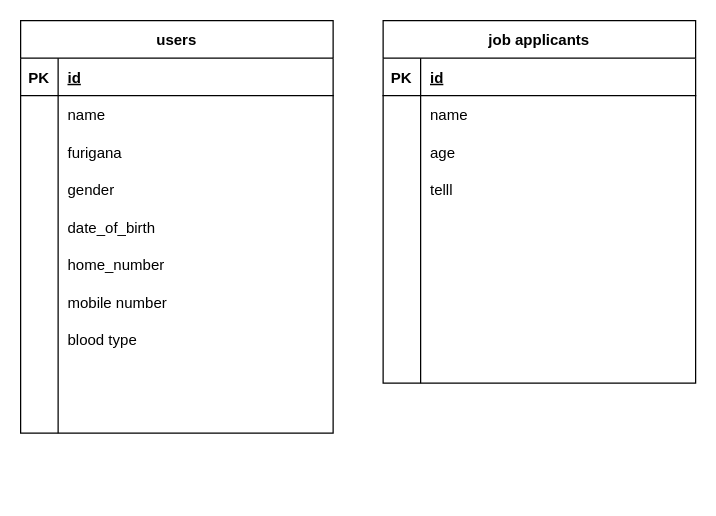
Above: 名称未設定ファイル.drawio in mmkkmmmk/name (draw.io), before the change. Source tidied: cells renumbered, new cells numbered last; positions are measured from the earlier drawing's top-left corner, leaving out a move shared by most shapes. Both pictures are drawn from the tidied source at 125%, with x=0, y=0 at pixel (20, 20).
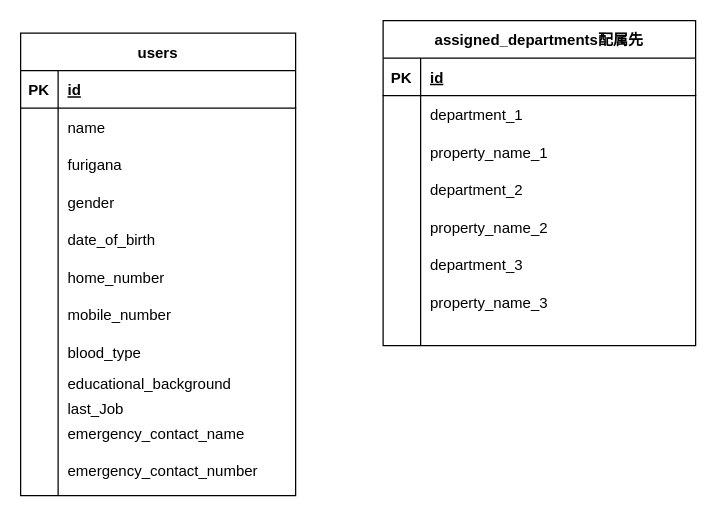
The same diagram, later.

Commit message:
名称未設定ファイル.drawio を更新します

Change to the diagram source:
```diff
@@
     <mxCell id="2" value="users" style="shape=table;startSize=30;childLayout=tableLayout;rowLines=0;fontStyle=1;align=center;" parent="1" vertex="1">
-      <mxGeometry width="250" height="330" as="geometry" />
+      <mxGeometry y="10" width="220" height="370" as="geometry" />
     </mxCell>
     <mxCell id="3" style="shape=partialRectangle;fillColor=none;top=0;left=0;right=0;bottom=1;" parent="2" vertex="1">
-      <mxGeometry y="30" width="250" height="30" as="geometry" />
+      <mxGeometry y="30" width="220" height="30" as="geometry" />
     </mxCell>
@@
     <mxCell id="5" value="id" style="shape=partialRectangle;overflow=hidden;fillColor=none;top=0;left=0;bottom=0;right=0;align=left;spacingLeft=6;fontStyle=5;" parent="3" vertex="1">
-      <mxGeometry x="30" width="220" height="30" as="geometry" />
+      <mxGeometry x="30" width="190" height="30" as="geometry" />
     </mxCell>
     <mxCell id="6" style="shape=partialRectangle;fillColor=none;top=0;left=0;right=0;bottom=0;" parent="2" vertex="1">
-      <mxGeometry y="60" width="250" height="30" as="geometry" />
+      <mxGeometry y="60" width="220" height="30" as="geometry" />
     </mxCell>
@@
     <mxCell id="8" value="name" style="shape=partialRectangle;overflow=hidden;fillColor=none;top=0;left=0;bottom=0;right=0;align=left;spacingLeft=6;" parent="6" vertex="1">
-      <mxGeometry x="30" width="220" height="30" as="geometry" />
+      <mxGeometry x="30" width="190" height="30" as="geometry" />
     </mxCell>
     <mxCell id="9" style="shape=partialRectangle;fillColor=none;top=0;left=0;right=0;bottom=0;" parent="2" vertex="1">
-      <mxGeometry y="90" width="250" height="30" as="geometry" />
+      <mxGeometry y="90" width="220" height="30" as="geometry" />
     </mxCell>
@@
     <mxCell id="11" value="furigana" style="shape=partialRectangle;overflow=hidden;fillColor=none;top=0;left=0;bottom=0;right=0;align=left;spacingLeft=6;" parent="9" vertex="1">
-      <mxGeometry x="30" width="220" height="30" as="geometry" />
+      <mxGeometry x="30" width="190" height="30" as="geometry" />
     </mxCell>
     <mxCell id="12" style="shape=partialRectangle;fillColor=none;top=0;left=0;right=0;bottom=0;" parent="2" vertex="1">
-      <mxGeometry y="120" width="250" height="30" as="geometry" />
+      <mxGeometry y="120" width="220" height="30" as="geometry" />
     </mxCell>
@@
     <mxCell id="14" value="gender" style="shape=partialRectangle;overflow=hidden;fillColor=none;top=0;left=0;bottom=0;right=0;align=left;spacingLeft=6;" parent="12" vertex="1">
-      <mxGeometry x="30" width="220" height="30" as="geometry" />
+      <mxGeometry x="30" width="190" height="30" as="geometry" />
     </mxCell>
     <mxCell id="15" style="shape=partialRectangle;fillColor=none;top=0;left=0;right=0;bottom=0;" parent="2" vertex="1">
-      <mxGeometry y="150" width="250" height="30" as="geometry" />
+      <mxGeometry y="150" width="220" height="30" as="geometry" />
     </mxCell>
@@
     <mxCell id="17" value="date_of_birth" style="shape=partialRectangle;overflow=hidden;fillColor=none;top=0;left=0;bottom=0;right=0;align=left;spacingLeft=6;" parent="15" vertex="1">
-      <mxGeometry x="30" width="220" height="30" as="geometry" />
+      <mxGeometry x="30" width="190" height="30" as="geometry" />
     </mxCell>
     <mxCell id="18" style="shape=partialRectangle;fillColor=none;top=0;left=0;right=0;bottom=0;" parent="2" vertex="1">
-      <mxGeometry y="180" width="250" height="30" as="geometry" />
+      <mxGeometry y="180" width="220" height="30" as="geometry" />
     </mxCell>
@@
     <mxCell id="20" value="home_number" style="shape=partialRectangle;overflow=hidden;fillColor=none;top=0;left=0;bottom=0;right=0;align=left;spacingLeft=6;" parent="18" vertex="1">
-      <mxGeometry x="30" width="220" height="30" as="geometry" />
+      <mxGeometry x="30" width="190" height="30" as="geometry" />
     </mxCell>
     <mxCell id="21" style="shape=partialRectangle;fillColor=none;top=0;left=0;right=0;bottom=0;" parent="2" vertex="1">
-      <mxGeometry y="210" width="250" height="30" as="geometry" />
+      <mxGeometry y="210" width="220" height="30" as="geometry" />
     </mxCell>
@@
-    <mxCell id="23" value="mobile number" style="shape=partialRectangle;overflow=hidden;fillColor=none;top=0;left=0;bottom=0;right=0;align=left;spacingLeft=6;" parent="21" vertex="1">
-      <mxGeometry x="30" width="220" height="30" as="geometry" />
+    <mxCell id="23" value="mobile_number" style="shape=partialRectangle;overflow=hidden;fillColor=none;top=0;left=0;bottom=0;right=0;align=left;spacingLeft=6;" parent="21" vertex="1">
+      <mxGeometry x="30" width="190" height="30" as="geometry" />
     </mxCell>
     <mxCell id="24" style="shape=partialRectangle;fillColor=none;top=0;left=0;right=0;bottom=0;" parent="2" vertex="1">
-      <mxGeometry y="240" width="250" height="30" as="geometry" />
+      <mxGeometry y="240" width="220" height="30" as="geometry" />
     </mxCell>
@@
-    <mxCell id="26" value="blood type" style="shape=partialRectangle;overflow=hidden;fillColor=none;top=0;left=0;bottom=0;right=0;align=left;spacingLeft=6;" parent="24" vertex="1">
-      <mxGeometry x="30" width="220" height="30" as="geometry" />
+    <mxCell id="26" value="blood_type" style="shape=partialRectangle;overflow=hidden;fillColor=none;top=0;left=0;bottom=0;right=0;align=left;spacingLeft=6;" parent="24" vertex="1">
+      <mxGeometry x="30" width="190" height="30" as="geometry" />
     </mxCell>
     <mxCell id="27" style="shape=partialRectangle;fillColor=none;top=0;left=0;right=0;bottom=0;" parent="2" vertex="1">
-      <mxGeometry y="270" width="250" height="20" as="geometry" />
+      <mxGeometry y="270" width="220" height="20" as="geometry" />
     </mxCell>
@@
-    <mxCell id="29" style="shape=partialRectangle;overflow=hidden;fillColor=none;top=0;left=0;bottom=0;right=0;align=left;spacingLeft=6;" parent="27" vertex="1">
-      <mxGeometry x="30" width="220" height="20" as="geometry" />
+    <mxCell id="29" value="educational_background" style="shape=partialRectangle;overflow=hidden;fillColor=none;top=0;left=0;bottom=0;right=0;align=left;spacingLeft=6;" parent="27" vertex="1">
+      <mxGeometry x="30" width="190" height="20" as="geometry" />
     </mxCell>
     <mxCell id="30" style="shape=partialRectangle;fillColor=none;top=0;left=0;right=0;bottom=0;" parent="2" vertex="1">
-      <mxGeometry y="290" width="250" height="20" as="geometry" />
+      <mxGeometry y="290" width="220" height="20" as="geometry" />
     </mxCell>
@@
-    <mxCell id="32" style="shape=partialRectangle;overflow=hidden;fillColor=none;top=0;left=0;bottom=0;right=0;align=left;spacingLeft=6;" parent="30" vertex="1">
-      <mxGeometry x="30" width="220" height="20" as="geometry" />
+    <mxCell id="32" value="last_Job" style="shape=partialRectangle;overflow=hidden;fillColor=none;top=0;left=0;bottom=0;right=0;align=left;spacingLeft=6;" parent="30" vertex="1">
+      <mxGeometry x="30" width="190" height="20" as="geometry" />
     </mxCell>
     <mxCell id="33" style="shape=partialRectangle;fillColor=none;top=0;left=0;right=0;bottom=0;" parent="2" vertex="1">
-      <mxGeometry y="310" width="250" height="20" as="geometry" />
+      <mxGeometry y="310" width="220" height="20" as="geometry" />
     </mxCell>
@@
-    <mxCell id="35" style="shape=partialRectangle;overflow=hidden;fillColor=none;top=0;left=0;bottom=0;right=0;align=left;spacingLeft=6;" parent="33" vertex="1">
-      <mxGeometry x="30" width="220" height="20" as="geometry" />
+    <mxCell id="35" value="emergency_contact_name" style="shape=partialRectangle;overflow=hidden;fillColor=none;top=0;left=0;bottom=0;right=0;align=left;spacingLeft=6;" parent="33" vertex="1">
+      <mxGeometry x="30" width="190" height="20" as="geometry" />
     </mxCell>
+    <mxCell id="64" style="shape=partialRectangle;fillColor=none;top=0;left=0;right=0;bottom=0;" parent="2" vertex="1">
+      <mxGeometry y="330" width="220" height="40" as="geometry" />
+    </mxCell>
+    <mxCell id="65" style="shape=partialRectangle;overflow=hidden;fillColor=none;top=0;left=0;bottom=0;right=0;" parent="64" vertex="1">
+      <mxGeometry width="30" height="40" as="geometry" />
+    </mxCell>
+    <mxCell id="66" value="emergency_contact_number" style="shape=partialRectangle;overflow=hidden;fillColor=none;top=0;left=0;bottom=0;right=0;align=left;spacingLeft=6;" parent="64" vertex="1">
+      <mxGeometry x="30" width="190" height="40" as="geometry" />
+    </mxCell>
-    <mxCell id="36" value="job applicants" style="shape=table;startSize=30;childLayout=tableLayout;rowLines=0;fontStyle=1;align=center;" parent="1" vertex="1">
-      <mxGeometry x="290" width="250" height="290" as="geometry" />
+    <mxCell id="36" value="assigned_departments配属先" style="shape=table;startSize=30;childLayout=tableLayout;rowLines=0;fontStyle=1;align=center;" parent="1" vertex="1">
+      <mxGeometry x="290" width="250" height="260" as="geometry" />
     </mxCell>
@@
-    <mxCell id="40" style="shape=partialRectangle;fillColor=none;top=0;left=0;right=0;bottom=0;" parent="36" vertex="1">
-      <mxGeometry y="60" width="250" height="30" as="geometry" />
-    </mxCell>
-    <mxCell id="41" style="shape=partialRectangle;overflow=hidden;fillColor=none;top=0;left=0;bottom=0;right=0;" parent="40" vertex="1">
-      <mxGeometry width="30" height="30" as="geometry" />
-    </mxCell>
-    <mxCell id="42" value="name" style="shape=partialRectangle;overflow=hidden;fillColor=none;top=0;left=0;bottom=0;right=0;align=left;spacingLeft=6;" parent="40" vertex="1">
-      <mxGeometry x="30" width="220" height="30" as="geometry" />
-    </mxCell>
     <mxCell id="43" style="shape=partialRectangle;fillColor=none;top=0;left=0;right=0;bottom=0;" parent="36" vertex="1">
-      <mxGeometry y="90" width="250" height="30" as="geometry" />
+      <mxGeometry y="60" width="250" height="30" as="geometry" />
     </mxCell>
@@
-    <mxCell id="45" value="age" style="shape=partialRectangle;overflow=hidden;fillColor=none;top=0;left=0;bottom=0;right=0;align=left;spacingLeft=6;" parent="43" vertex="1">
+    <mxCell id="45" value="department_1" style="shape=partialRectangle;overflow=hidden;fillColor=none;top=0;left=0;bottom=0;right=0;align=left;spacingLeft=6;" parent="43" vertex="1">
       <mxGeometry x="30" width="220" height="30" as="geometry" />
     </mxCell>
     <mxCell id="46" style="shape=partialRectangle;fillColor=none;top=0;left=0;right=0;bottom=0;" parent="36" vertex="1">
-      <mxGeometry y="120" width="250" height="30" as="geometry" />
+      <mxGeometry y="90" width="250" height="30" as="geometry" />
     </mxCell>
@@
-    <mxCell id="48" value="telll" style="shape=partialRectangle;overflow=hidden;fillColor=none;top=0;left=0;bottom=0;right=0;align=left;spacingLeft=6;" parent="46" vertex="1">
+    <mxCell id="48" value="property_name_1" style="shape=partialRectangle;overflow=hidden;fillColor=none;top=0;left=0;bottom=0;right=0;align=left;spacingLeft=6;" parent="46" vertex="1">
       <mxGeometry x="30" width="220" height="30" as="geometry" />
     </mxCell>
     <mxCell id="49" style="shape=partialRectangle;fillColor=none;top=0;left=0;right=0;bottom=0;" parent="36" vertex="1">
-      <mxGeometry y="150" width="250" height="30" as="geometry" />
+      <mxGeometry y="120" width="250" height="30" as="geometry" />
     </mxCell>
@@
-    <mxCell id="51" style="shape=partialRectangle;overflow=hidden;fillColor=none;top=0;left=0;bottom=0;right=0;align=left;spacingLeft=6;" parent="49" vertex="1">
+    <mxCell id="51" value="department_2" style="shape=partialRectangle;overflow=hidden;fillColor=none;top=0;left=0;bottom=0;right=0;align=left;spacingLeft=6;" parent="49" vertex="1">
       <mxGeometry x="30" width="220" height="30" as="geometry" />
     </mxCell>
     <mxCell id="52" style="shape=partialRectangle;fillColor=none;top=0;left=0;right=0;bottom=0;" parent="36" vertex="1">
-      <mxGeometry y="180" width="250" height="30" as="geometry" />
+      <mxGeometry y="150" width="250" height="30" as="geometry" />
     </mxCell>
@@
-    <mxCell id="54" style="shape=partialRectangle;overflow=hidden;fillColor=none;top=0;left=0;bottom=0;right=0;align=left;spacingLeft=6;" parent="52" vertex="1">
+    <mxCell id="54" value="property_name_2" style="shape=partialRectangle;overflow=hidden;fillColor=none;top=0;left=0;bottom=0;right=0;align=left;spacingLeft=6;" parent="52" vertex="1">
       <mxGeometry x="30" width="220" height="30" as="geometry" />
     </mxCell>
     <mxCell id="55" style="shape=partialRectangle;fillColor=none;top=0;left=0;right=0;bottom=0;" parent="36" vertex="1">
-      <mxGeometry y="210" width="250" height="30" as="geometry" />
+      <mxGeometry y="180" width="250" height="30" as="geometry" />
     </mxCell>
@@
-    <mxCell id="57" style="shape=partialRectangle;overflow=hidden;fillColor=none;top=0;left=0;bottom=0;right=0;align=left;spacingLeft=6;" parent="55" vertex="1">
+    <mxCell id="57" value="department_3" style="shape=partialRectangle;overflow=hidden;fillColor=none;top=0;left=0;bottom=0;right=0;align=left;spacingLeft=6;" parent="55" vertex="1">
       <mxGeometry x="30" width="220" height="30" as="geometry" />
     </mxCell>
     <mxCell id="58" style="shape=partialRectangle;fillColor=none;top=0;left=0;right=0;bottom=0;" parent="36" vertex="1">
-      <mxGeometry y="240" width="250" height="30" as="geometry" />
+      <mxGeometry y="210" width="250" height="30" as="geometry" />
     </mxCell>
@@
-    <mxCell id="60" style="shape=partialRectangle;overflow=hidden;fillColor=none;top=0;left=0;bottom=0;right=0;align=left;spacingLeft=6;" parent="58" vertex="1">
+    <mxCell id="60" value="property_name_3" style="shape=partialRectangle;overflow=hidden;fillColor=none;top=0;left=0;bottom=0;right=0;align=left;spacingLeft=6;" parent="58" vertex="1">
       <mxGeometry x="30" width="220" height="30" as="geometry" />
     </mxCell>
     <mxCell id="61" style="shape=partialRectangle;fillColor=none;top=0;left=0;right=0;bottom=0;" parent="36" vertex="1">
-      <mxGeometry y="270" width="250" height="20" as="geometry" />
+      <mxGeometry y="240" width="250" height="20" as="geometry" />
     </mxCell>
```
